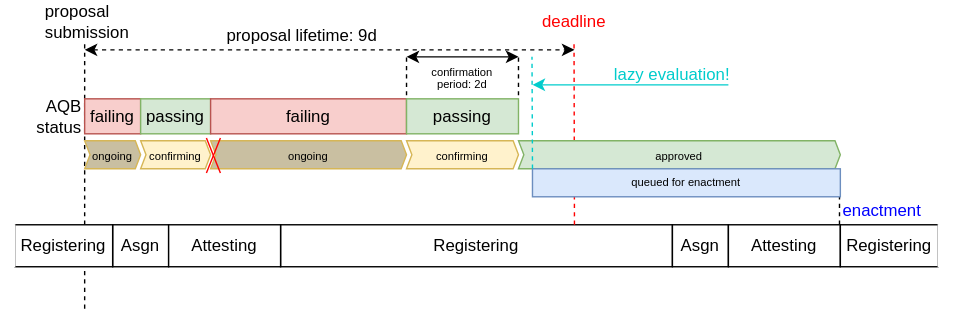
Before: src/fig/democracy-proposal-lifetime-approved.drawio.svg, a diagram exported from draw.io (encointer/book). Source tidied: cells renumbered, new cells last; positions are measured from the earlier drawing's top-left corner, leaving out a move shared by most shapes. Source of this version:
```xml
<mxGraphModel>
  <root>
    <mxCell id="0" />
    <mxCell id="1" parent="0" />
    <mxCell id="2" value="Registering" style="rounded=0;whiteSpace=wrap;html=1;" parent="1" vertex="1">
      <mxGeometry x="200" y="160" width="280" height="30" as="geometry" />
    </mxCell>
    <mxCell id="3" value="Asgn" style="rounded=0;whiteSpace=wrap;html=1;" parent="1" vertex="1">
      <mxGeometry x="80" y="160" width="40" height="30" as="geometry" />
    </mxCell>
    <mxCell id="4" value="Attesting" style="rounded=0;whiteSpace=wrap;html=1;" parent="1" vertex="1">
      <mxGeometry x="120" y="160" width="80" height="30" as="geometry" />
    </mxCell>
    <mxCell id="5" style="endArrow=none;dashed=1;html=1;rounded=0;" parent="1" edge="1" target="6">
      <mxGeometry relative="1" as="geometry">
        <mxPoint x="60" y="220" as="sourcePoint" />
      </mxGeometry>
    </mxCell>
    <mxCell id="6" value="proposal submission" style="text;html=1;align=left;verticalAlign=middle;whiteSpace=wrap;rounded=0;" parent="1" vertex="1">
      <mxGeometry x="30" width="60" height="30" as="geometry" />
    </mxCell>
    <mxCell id="7" value="failing" style="rounded=0;whiteSpace=wrap;html=1;fillColor=#f8cecc;strokeColor=#b85450;" parent="1" vertex="1">
      <mxGeometry x="60" y="70" width="40" height="25" as="geometry" />
    </mxCell>
    <mxCell id="8" value="passing" style="rounded=0;whiteSpace=wrap;html=1;fillColor=#d5e8d4;strokeColor=#82b366;" parent="1" vertex="1">
      <mxGeometry x="100" y="70" width="50" height="25" as="geometry" />
    </mxCell>
    <mxCell id="9" value="failing" style="rounded=0;whiteSpace=wrap;html=1;fillColor=#f8cecc;strokeColor=#b85450;" parent="1" vertex="1">
      <mxGeometry x="150" y="70" width="140" height="25" as="geometry" />
    </mxCell>
    <mxCell id="10" value="passing" style="rounded=0;whiteSpace=wrap;html=1;fillColor=#d5e8d4;strokeColor=#82b366;" parent="1" vertex="1">
      <mxGeometry x="290" y="70" width="80" height="25" as="geometry" />
    </mxCell>
    <mxCell id="11" style="endArrow=none;dashed=1;html=1;rounded=0;strokeColor=#FF0000;" parent="1" edge="1" target="12">
      <mxGeometry relative="1" as="geometry">
        <mxPoint x="410" y="160" as="sourcePoint" />
      </mxGeometry>
    </mxCell>
    <mxCell id="12" value="deadline" style="text;html=1;align=center;verticalAlign=middle;whiteSpace=wrap;rounded=0;fontColor=#FF0000;" parent="1" vertex="1">
      <mxGeometry x="379.7" width="60" height="30" as="geometry" />
    </mxCell>
    <mxCell id="13" style="endArrow=classic;html=1;rounded=0;dashed=1;startArrow=classic;startFill=1;" parent="1" edge="1">
      <mxGeometry relative="1" as="geometry">
        <mxPoint x="60" y="35" as="sourcePoint" />
        <mxPoint x="410" y="35" as="targetPoint" />
      </mxGeometry>
    </mxCell>
    <mxCell id="14" value="proposal lifetime: 9d" style="text;html=1;align=center;verticalAlign=middle;strokeColor=none;fillColor=none;" parent="1" vertex="1">
      <mxGeometry x="150" y="10" width="130" height="30" as="geometry" />
    </mxCell>
    <mxCell id="15" value="AQB status" style="text;html=1;align=right;verticalAlign=middle;whiteSpace=wrap;rounded=0;" parent="1" vertex="1">
      <mxGeometry y="67.5" width="60" height="30" as="geometry" />
    </mxCell>
    <mxCell id="16" value="&lt;font style=&quot;font-size: 8px;&quot;&gt;confirming&lt;/font&gt;" style="shape=step;perimeter=stepPerimeter;whiteSpace=wrap;html=1;fixedSize=1;size=3.8260820573788124;fillColor=#fff2cc;strokeColor=#d6b656;" parent="1" vertex="1">
      <mxGeometry x="100" y="100" width="50" height="20" as="geometry" />
    </mxCell>
    <mxCell id="17" value="&lt;font style=&quot;font-size: 8px;&quot;&gt;confirming&lt;/font&gt;" style="shape=step;perimeter=stepPerimeter;whiteSpace=wrap;html=1;fixedSize=1;size=3.8260820573788124;fillColor=#fff2cc;strokeColor=#d6b656;" parent="1" vertex="1">
      <mxGeometry x="290" y="100" width="80" height="20" as="geometry" />
    </mxCell>
    <mxCell id="18" value="&lt;font style=&quot;font-size: 8px;&quot;&gt;ongoing&lt;/font&gt;" style="shape=step;perimeter=stepPerimeter;whiteSpace=wrap;html=1;fixedSize=1;size=3.8260820573788124;fillColor=#C9BFA1;strokeColor=#d6b656;" parent="1" vertex="1">
      <mxGeometry x="60" y="100" width="40" height="20" as="geometry" />
    </mxCell>
    <mxCell id="19" value="&lt;font style=&quot;font-size: 8px;&quot;&gt;ongoing&lt;/font&gt;" style="shape=step;perimeter=stepPerimeter;whiteSpace=wrap;html=1;fixedSize=1;size=3.8260820573788124;fillColor=#C9BFA1;strokeColor=#d6b656;" parent="1" vertex="1">
      <mxGeometry x="150" y="100" width="140" height="20" as="geometry" />
    </mxCell>
    <mxCell id="20" style="group;" parent="1" vertex="1">
      <mxGeometry x="147" y="98" width="10" height="20" as="geometry" />
    </mxCell>
    <mxCell id="21" style="endArrow=none;html=1;rounded=0;strokeColor=#FF0000;" parent="20" edge="1">
      <mxGeometry relative="1" as="geometry">
        <mxPoint y="25" as="sourcePoint" />
        <mxPoint x="10" as="targetPoint" />
      </mxGeometry>
    </mxCell>
    <mxCell id="22" style="endArrow=none;html=1;rounded=0;strokeColor=#FF0000;" parent="20" edge="1">
      <mxGeometry relative="1" as="geometry">
        <mxPoint x="10" y="25" as="sourcePoint" />
        <mxPoint as="targetPoint" />
      </mxGeometry>
    </mxCell>
    <mxCell id="23" value="&lt;font style=&quot;font-size: 8px;&quot;&gt;approved&lt;/font&gt;" style="shape=step;perimeter=stepPerimeter;whiteSpace=wrap;html=1;fixedSize=1;size=3.8260820573788124;fillColor=#d5e8d4;strokeColor=#82b366;" parent="1" vertex="1">
      <mxGeometry x="370" y="100" width="230" height="20" as="geometry" />
    </mxCell>
    <mxCell id="24" style="endArrow=none;html=1;rounded=0;dashed=1;" parent="1" edge="1">
      <mxGeometry relative="1" as="geometry">
        <mxPoint x="599.4" y="160" as="sourcePoint" />
        <mxPoint x="599.4" y="140" as="targetPoint" />
      </mxGeometry>
    </mxCell>
    <mxCell id="25" value="enactment" style="text;html=1;align=left;verticalAlign=middle;whiteSpace=wrap;rounded=0;fontColor=#0000FF;" parent="1" vertex="1">
      <mxGeometry x="600" y="140" width="60" height="20" as="geometry" />
    </mxCell>
    <mxCell id="26" value="&lt;p style=&quot;line-height: 55%;&quot;&gt;&lt;font style=&quot;font-size: 8px;&quot;&gt;confirmation period: 2d&lt;/font&gt;&lt;/p&gt;" style="text;html=1;align=center;verticalAlign=middle;whiteSpace=wrap;rounded=0;" parent="1" vertex="1">
      <mxGeometry x="300" y="40" width="60" height="30" as="geometry" />
    </mxCell>
    <mxCell id="27" style="endArrow=none;dashed=1;html=1;rounded=0;" parent="1" edge="1">
      <mxGeometry relative="1" as="geometry">
        <mxPoint x="370" y="67.5" as="sourcePoint" />
        <mxPoint x="370" y="40" as="targetPoint" />
      </mxGeometry>
    </mxCell>
    <mxCell id="28" style="endArrow=none;dashed=1;html=1;rounded=0;" parent="1" edge="1">
      <mxGeometry relative="1" as="geometry">
        <mxPoint x="290" y="67.5" as="sourcePoint" />
        <mxPoint x="290" y="40" as="targetPoint" />
      </mxGeometry>
    </mxCell>
    <mxCell id="29" style="endArrow=classic;startArrow=classic;html=1;rounded=0;" parent="1" edge="1">
      <mxGeometry relative="1" as="geometry">
        <mxPoint x="290" y="40" as="sourcePoint" />
        <mxPoint x="370" y="40" as="targetPoint" />
      </mxGeometry>
    </mxCell>
    <mxCell id="30" value="&lt;p style=&quot;line-height: 55%;&quot;&gt;&lt;font style=&quot;font-size: 8px;&quot;&gt;queued for enactment&lt;/font&gt;&lt;/p&gt;" style="text;html=1;align=center;verticalAlign=middle;whiteSpace=wrap;rounded=0;fillColor=#dae8fc;strokeColor=#6c8ebf;" parent="1" vertex="1">
      <mxGeometry x="380" y="120" width="220" height="20" as="geometry" />
    </mxCell>
    <mxCell id="31" value="Registering" style="rounded=0;whiteSpace=wrap;html=1;" parent="1" vertex="1">
      <mxGeometry x="10" y="160" width="70" height="30" as="geometry" />
    </mxCell>
    <mxCell id="32" style="rounded=0;whiteSpace=wrap;html=1;fillColor=default;strokeColor=#FFFFFF;" parent="1" vertex="1">
      <mxGeometry y="160" width="10" height="30" as="geometry" />
    </mxCell>
    <mxCell id="33" value="Asgn" style="rounded=0;whiteSpace=wrap;html=1;" parent="1" vertex="1">
      <mxGeometry x="480" y="160" width="40" height="30" as="geometry" />
    </mxCell>
    <mxCell id="34" value="Attesting" style="rounded=0;whiteSpace=wrap;html=1;" parent="1" vertex="1">
      <mxGeometry x="520" y="160" width="80" height="30" as="geometry" />
    </mxCell>
    <mxCell id="35" value="Registering" style="rounded=0;whiteSpace=wrap;html=1;" parent="1" vertex="1">
      <mxGeometry x="600" y="160" width="70" height="30" as="geometry" />
    </mxCell>
    <mxCell id="36" style="rounded=0;whiteSpace=wrap;html=1;fillColor=default;strokeColor=#FFFFFF;" parent="1" vertex="1">
      <mxGeometry x="670" y="160" width="10" height="30" as="geometry" />
    </mxCell>
    <mxCell id="37" style="endArrow=classic;html=1;rounded=0;strokeColor=#00CCCC;" parent="1" edge="1">
      <mxGeometry relative="1" as="geometry">
        <mxPoint x="520" y="60" as="sourcePoint" />
        <mxPoint x="380" y="60" as="targetPoint" />
      </mxGeometry>
    </mxCell>
    <mxCell id="38" value="lazy evaluation!" style="text;html=1;align=center;verticalAlign=middle;whiteSpace=wrap;rounded=0;fontColor=#00CCCC;" parent="1" vertex="1">
      <mxGeometry x="430" y="37.5" width="100" height="30" as="geometry" />
    </mxCell>
    <mxCell id="39" style="endArrow=none;dashed=1;html=1;rounded=0;strokeColor=#00CCCC;exitX=0;exitY=0;exitDx=0;exitDy=0;" parent="1" edge="1" source="30">
      <mxGeometry relative="1" as="geometry">
        <mxPoint x="379.7" y="40" as="targetPoint" />
        <Array as="points">
          <mxPoint x="379.7" y="40" />
        </Array>
      </mxGeometry>
    </mxCell>
  </root>
</mxGraphModel>
```
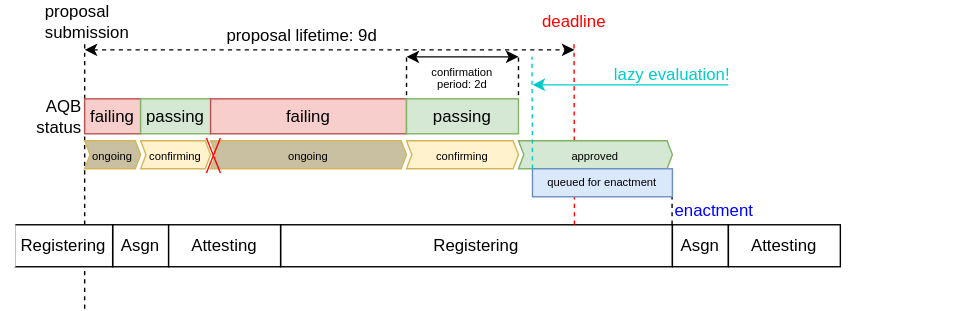
Above is the later version.

Commit message:
update enactment time in diagrams

Diff of the diagram source:
```diff
@@ -79,16 +79,16 @@
       </mxGeometry>
     </mxCell>
     <mxCell id="23" value="&lt;font style=&quot;font-size: 8px;&quot;&gt;approved&lt;/font&gt;" style="shape=step;perimeter=stepPerimeter;whiteSpace=wrap;html=1;fixedSize=1;size=3.8260820573788124;fillColor=#d5e8d4;strokeColor=#82b366;" parent="1" vertex="1">
-      <mxGeometry x="370" y="100" width="230" height="20" as="geometry" />
+      <mxGeometry x="370" y="100" width="110" height="20" as="geometry" />
     </mxCell>
     <mxCell id="24" style="endArrow=none;html=1;rounded=0;dashed=1;" parent="1" edge="1">
       <mxGeometry relative="1" as="geometry">
-        <mxPoint x="599.4" y="160" as="sourcePoint" />
-        <mxPoint x="599.4" y="140" as="targetPoint" />
+        <mxPoint x="479.8" y="160" as="sourcePoint" />
+        <mxPoint x="479.8" y="140" as="targetPoint" />
       </mxGeometry>
     </mxCell>
     <mxCell id="25" value="enactment" style="text;html=1;align=left;verticalAlign=middle;whiteSpace=wrap;rounded=0;fontColor=#0000FF;" parent="1" vertex="1">
-      <mxGeometry x="600" y="140" width="60" height="20" as="geometry" />
+      <mxGeometry x="480" y="140" width="60" height="20" as="geometry" />
     </mxCell>
     <mxCell id="26" value="&lt;p style=&quot;line-height: 55%;&quot;&gt;&lt;font style=&quot;font-size: 8px;&quot;&gt;confirmation period: 2d&lt;/font&gt;&lt;/p&gt;" style="text;html=1;align=center;verticalAlign=middle;whiteSpace=wrap;rounded=0;" parent="1" vertex="1">
       <mxGeometry x="300" y="40" width="60" height="30" as="geometry" />
@@ -112,7 +112,7 @@
       </mxGeometry>
     </mxCell>
     <mxCell id="30" value="&lt;p style=&quot;line-height: 55%;&quot;&gt;&lt;font style=&quot;font-size: 8px;&quot;&gt;queued for enactment&lt;/font&gt;&lt;/p&gt;" style="text;html=1;align=center;verticalAlign=middle;whiteSpace=wrap;rounded=0;fillColor=#dae8fc;strokeColor=#6c8ebf;" parent="1" vertex="1">
-      <mxGeometry x="380" y="120" width="220" height="20" as="geometry" />
+      <mxGeometry x="380" y="120" width="100" height="20" as="geometry" />
     </mxCell>
     <mxCell id="31" value="Registering" style="rounded=0;whiteSpace=wrap;html=1;" parent="1" vertex="1">
       <mxGeometry x="10" y="160" width="70" height="30" as="geometry" />
@@ -126,9 +126,6 @@
     <mxCell id="34" value="Attesting" style="rounded=0;whiteSpace=wrap;html=1;" parent="1" vertex="1">
       <mxGeometry x="520" y="160" width="80" height="30" as="geometry" />
     </mxCell>
-    <mxCell id="35" value="Registering" style="rounded=0;whiteSpace=wrap;html=1;" parent="1" vertex="1">
-      <mxGeometry x="600" y="160" width="70" height="30" as="geometry" />
-    </mxCell>
     <mxCell id="36" style="rounded=0;whiteSpace=wrap;html=1;fillColor=default;strokeColor=#FFFFFF;" parent="1" vertex="1">
       <mxGeometry x="670" y="160" width="10" height="30" as="geometry" />
     </mxCell>
```
